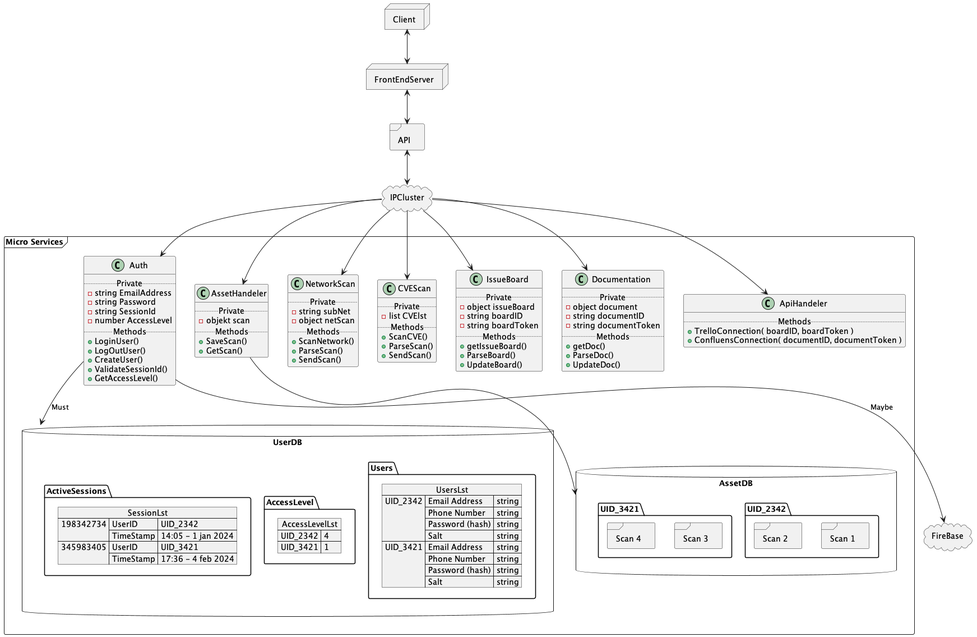
Earlier version of the PlantUML export Template Struktures/MicroServices.png (2O26/asset-inventory).
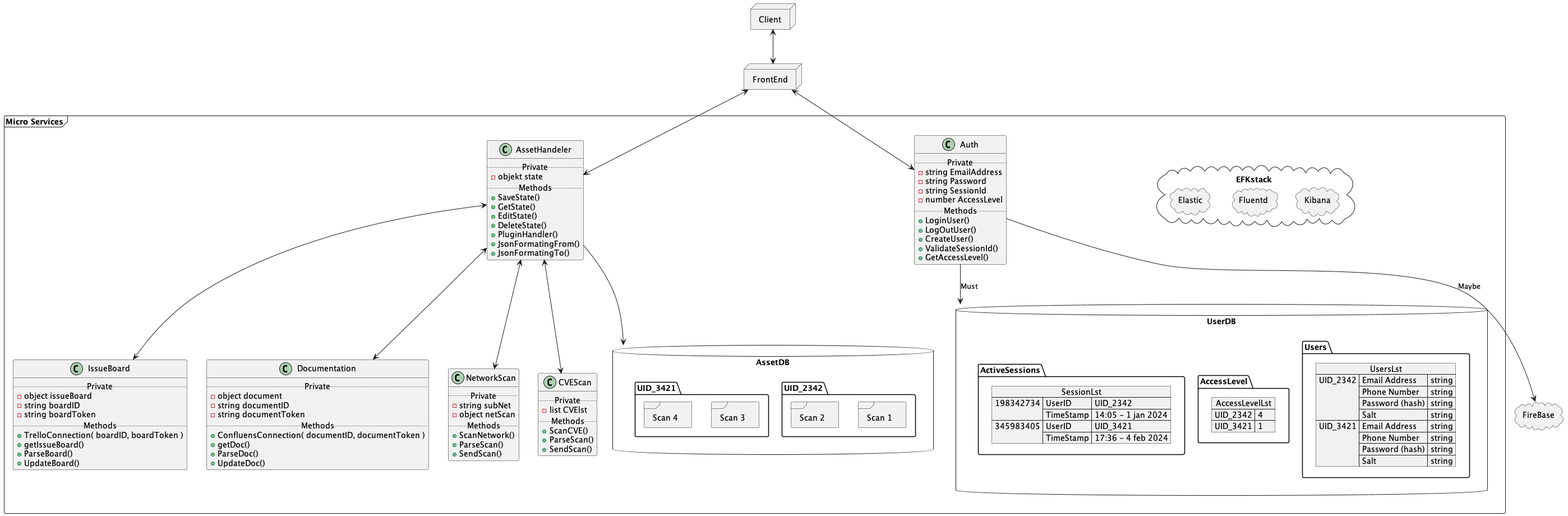
After the commit.

The edit, as a diff of the source:
```diff
@@ -3,11 +3,9 @@
 
 node Client
 
-node FrontEndServer
+node FrontEnd
 
-frame API
 
-cloud IPCluster
 cloud FireBase
 
 frame "Micro Services" {
@@ -27,10 +25,15 @@
 
   class AssetHandeler {
     ..Private..
-    - objekt scan
+    - objekt state
     ..Methods..
-    + SaveScan()
-    + GetScan()
+    + SaveState()
+    + GetState()
+    + EditState()
+    + DeleteState()
+    + PluginHandler()
+    + JsonFormatingFrom()
+    + JsonFormatingTo()
   }
 
   class NetworkScan {
@@ -58,6 +61,7 @@
     - string boardID
     - string boardToken
     ..Methods..
+    + TrelloConnection( boardID, boardToken )
     + getIssueBoard()
     + ParseBoard()
     + UpdateBoard()
@@ -69,15 +73,25 @@
     - string documentID
     - string documentToken
     ..Methods..
+    + ConfluensConnection( documentID, documentToken )
     + getDoc()
     + ParseDoc()
     + UpdateDoc()
   }
 
-  class ApiHandeler {
-    ..Methods..
-    + TrelloConnection( boardID, boardToken )
-    + ConfluensConnection( documentID, documentToken )
+  cloud EFKstack {
+    cloud Kibana {
+
+    }
+
+    cloud Fluentd {
+
+    }
+
+    cloud Elastic {
+
+    }
+
   }
 
   database UserDB {
@@ -129,20 +143,18 @@
 }
 
 
-Client <--> FrontEndServer
-FrontEndServer <--> API
-API <--> IPCluster
-IPCluster --> Auth
-IPCluster --> AssetHandeler
-IPCluster --> NetworkScan
-IPCluster --> CVEScan
-IPCluster --> IssueBoard
-IPCluster --> Documentation
-IPCluster --> ApiHandeler
+Client <--> FrontEnd
+FrontEnd <--> AssetHandeler
+FrontEnd <--> Auth
+AssetHandeler <--> NetworkScan
+AssetHandeler <--> CVEScan
+AssetHandeler <--> IssueBoard
+AssetHandeler <--> Documentation
 Auth --> UserDB: Must
 Auth --> FireBase: Maybe
 AssetHandeler --> AssetDB
 
 
 
+
 @enduml
```
